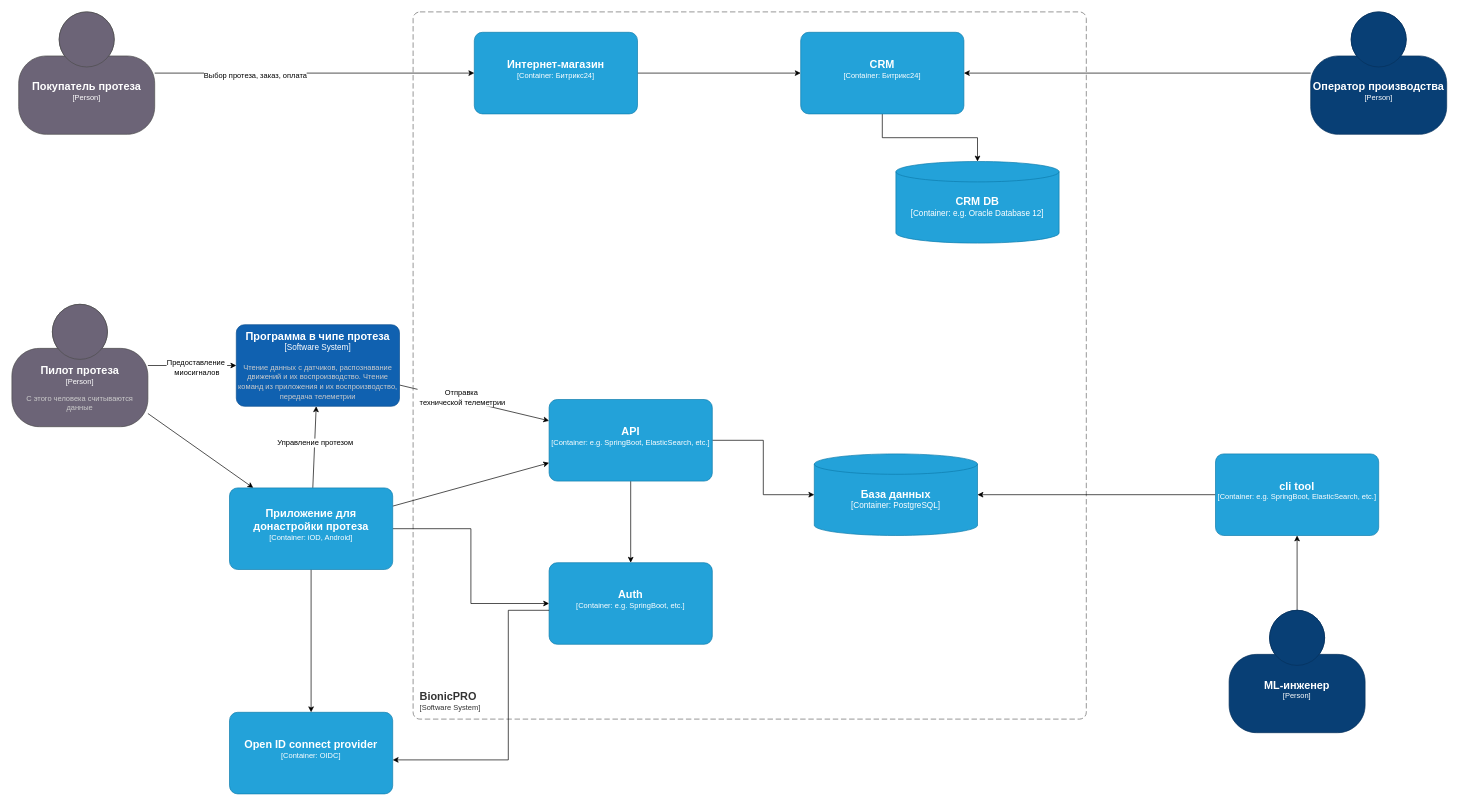
The draw.io diagram BionicPRO_C4_model_to_be.drawio.xml in EvHn/architecture-bionicpro, before the edit. Source tidied: cells renumbered, new cells numbered last; positions are measured from the earlier drawing's top-left corner, leaving out a move shared by most shapes. Both pictures are drawn from the tidied source at 68%, with x=0, y=0 at pixel (12, 12).
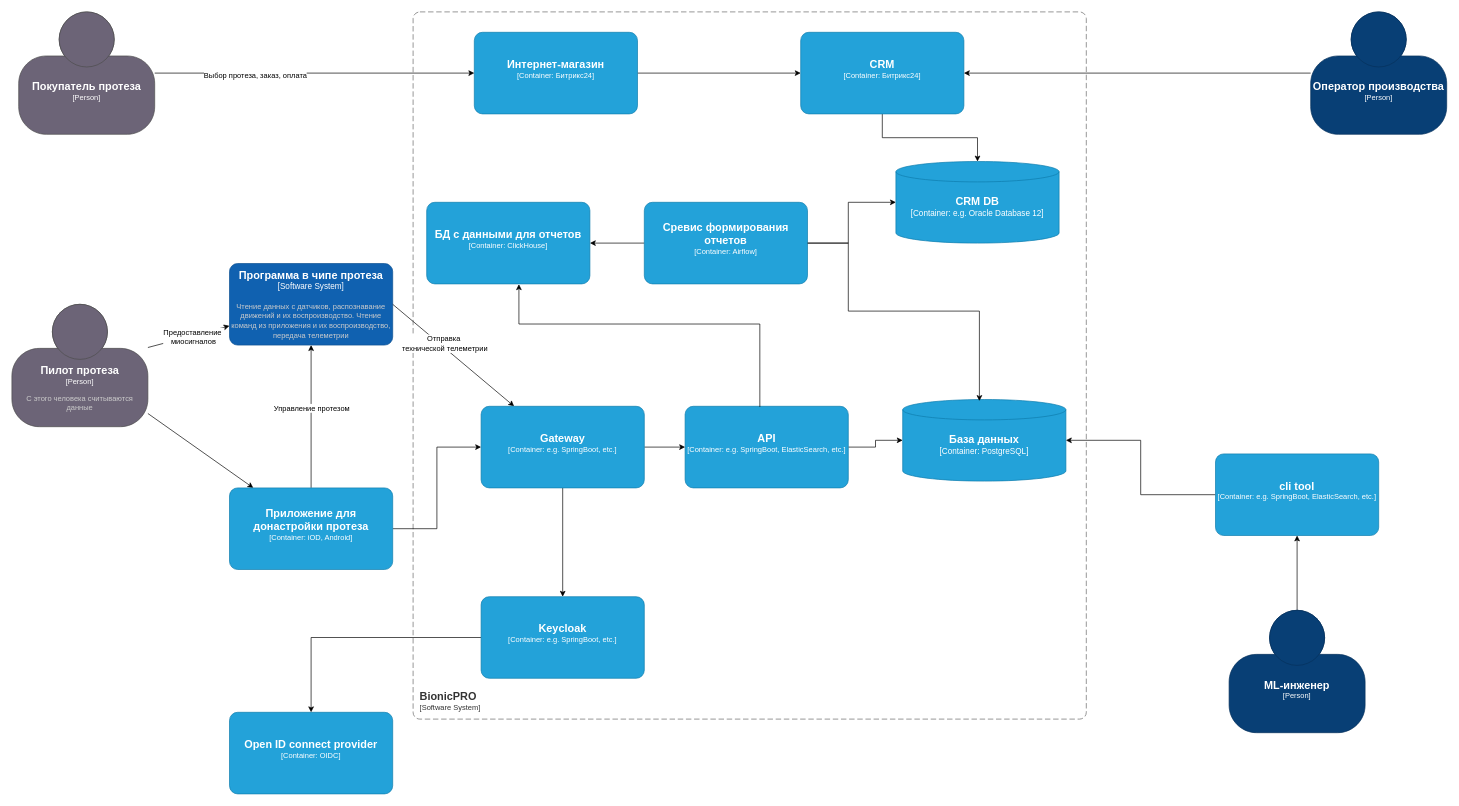
The same page after the edit.

Unchanged cells that the change refers to:
```xml
<object id="19" label="&lt;font style=&quot;font-size: 16px&quot;&gt;&lt;b&gt;%c4Name%&lt;/b&gt;&lt;/font&gt;&lt;div&gt;[%c4Type%: %c4Technology%]&lt;/div&gt;&lt;br&gt;&lt;div&gt;&lt;font style=&quot;font-size: 11px&quot;&gt;&lt;font color=&quot;#E6E6E6&quot;&gt;%c4Description%&lt;/font&gt;&lt;/div&gt;" c4Description="" c4Name="Приложение для донастройки протеза" c4Technology="iOD, Android" c4Type="Container" placeholders="1">
  <mxCell style="rounded=1;whiteSpace=wrap;html=1;fontSize=11;labelBackgroundColor=none;fillColor=#23A2D9;fontColor=#ffffff;align=center;arcSize=10;strokeColor=#0E7DAD;points=[[0.25,0,0],[0.5,0,0],[0.75,0,0],[1,0.25,0],[1,0.5,0],[1,0.75,0],[0.75,1,0],[0.5,1,0],[0.25,1,0],[0,0.75,0],[0,0.5,0],[0,0.25,0]];" parent="1" vertex="1">
    <mxGeometry x="320" y="700" width="240" height="120" as="geometry" />
  </mxCell>
</object>
<object id="26" label="&lt;font style=&quot;font-size: 16px&quot;&gt;&lt;b&gt;%c4Name%&lt;/b&gt;&lt;/font&gt;&lt;div&gt;[%c4Type%:&amp;nbsp;%c4Technology%]&lt;/div&gt;&lt;br&gt;&lt;div&gt;&lt;font style=&quot;font-size: 11px&quot;&gt;&lt;font color=&quot;#E6E6E6&quot;&gt;%c4Description%&lt;/font&gt;&lt;/div&gt;" c4Description="" c4Name="CRM DB" c4Technology="e.g. Oracle Database 12" c4Type="Container" placeholders="1">
  <mxCell style="shape=cylinder3;size=15;whiteSpace=wrap;html=1;boundedLbl=1;rounded=0;labelBackgroundColor=none;fillColor=#23A2D9;fontSize=12;fontColor=#ffffff;align=center;strokeColor=#0E7DAD;points=[[0.5,0,0],[1,0.25,0],[1,0.5,0],[1,0.75,0],[0.5,1,0],[0,0.75,0],[0,0.5,0],[0,0.25,0]];" parent="1" vertex="1">
    <mxGeometry x="1300" y="220" width="240" height="120" as="geometry" />
  </mxCell>
</object>
```

What changed in the source:
```diff
@@
-    <mxCell id="6" style="rounded=0;jettySize=auto;html=1;" parent="1" edge="1" source="8" target="13">
-      <mxGeometry relative="1" as="geometry" />
-    </mxCell>
-    <mxCell id="7" value="Отправка&lt;div&gt;&amp;nbsp;технической телеметрии&lt;/div&gt;" style="edgeLabel;html=1;align=center;verticalAlign=middle;" parent="6" vertex="1">
-      <mxGeometry x="-0.19" y="4" relative="1" as="geometry" />
-    </mxCell>
     <object id="8" label="&lt;font style=&quot;font-size: 16px&quot;&gt;&lt;b&gt;%c4Name%&lt;/b&gt;&lt;/font&gt;&lt;div&gt;[%c4Type%]&lt;/div&gt;&lt;br&gt;&lt;div&gt;&lt;font style=&quot;font-size: 11px&quot;&gt;&lt;font color=&quot;#cccccc&quot;&gt;%c4Description%&lt;/font&gt;&lt;/div&gt;" c4Description="Чтение данных с датчиков, распознавание движений и их воспроизводство. Чтение команд из приложения и их воспроизводство, передача телеметрии" c4Name="Программа в чипе протеза" c4Type="Software System" placeholders="1">
       <mxCell style="rounded=1;whiteSpace=wrap;html=1;labelBackgroundColor=none;fillColor=#1061B0;fontColor=#ffffff;align=center;arcSize=10;strokeColor=#0D5091;points=[[0.25,0,0],[0.5,0,0],[0.75,0,0],[1,0.25,0],[1,0.5,0],[1,0.75,0],[0.75,1,0],[0.5,1,0],[0.25,1,0],[0,0.75,0],[0,0.5,0],[0,0.25,0]];" parent="1" vertex="1">
-        <mxGeometry x="330" y="460" width="240" height="120" as="geometry" />
+        <mxGeometry x="320" y="370" width="240" height="120" as="geometry" />
       </mxCell>
     </object>
     <object id="9" label="&lt;font style=&quot;font-size: 16px&quot;&gt;&lt;b&gt;%c4Name%&lt;/b&gt;&lt;/font&gt;&lt;div&gt;[%c4Type%:&amp;nbsp;%c4Technology%]&lt;/div&gt;&lt;br&gt;&lt;div&gt;&lt;font style=&quot;font-size: 11px&quot;&gt;&lt;font color=&quot;#E6E6E6&quot;&gt;%c4Description%&lt;/font&gt;&lt;/div&gt;" c4Description="" c4Name="База данных" c4Technology="PostgreSQL" c4Type="Container" placeholders="1">
       <mxCell style="shape=cylinder3;size=15;whiteSpace=wrap;html=1;boundedLbl=1;rounded=0;labelBackgroundColor=none;fillColor=#23A2D9;fontSize=12;fontColor=#ffffff;align=center;strokeColor=#0E7DAD;points=[[0.5,0,0],[1,0.25,0],[1,0.5,0],[1,0.75,0],[0.5,1,0],[0,0.75,0],[0,0.5,0],[0,0.25,0]];" parent="1" vertex="1">
-        <mxGeometry x="1180" y="650" width="240" height="120" as="geometry" />
+        <mxGeometry x="1310" y="570" width="240" height="120" as="geometry" />
       </mxCell>
     </object>
@@
-    <mxCell id="12" style="edgeStyle=orthogonalEdgeStyle;rounded=0;jettySize=auto;html=1;" parent="1" edge="1" source="13" target="34">
-      <mxGeometry relative="1" as="geometry" />
-    </mxCell>
     <object id="13" label="&lt;font style=&quot;font-size: 16px&quot;&gt;&lt;b&gt;%c4Name%&lt;/b&gt;&lt;/font&gt;&lt;div&gt;[%c4Type%: %c4Technology%]&lt;/div&gt;&lt;br&gt;&lt;div&gt;&lt;font style=&quot;font-size: 11px&quot;&gt;&lt;font color=&quot;#E6E6E6&quot;&gt;%c4Description%&lt;/font&gt;&lt;/div&gt;" c4Description="" c4Name="API" c4Technology="e.g. SpringBoot, ElasticSearch, etc." c4Type="Container" placeholders="1">
       <mxCell style="rounded=1;whiteSpace=wrap;html=1;fontSize=11;labelBackgroundColor=none;fillColor=#23A2D9;fontColor=#ffffff;align=center;arcSize=10;strokeColor=#0E7DAD;points=[[0.25,0,0],[0.5,0,0],[0.75,0,0],[1,0.25,0],[1,0.5,0],[1,0.75,0],[0.75,1,0],[0.5,1,0],[0.25,1,0],[0,0.75,0],[0,0.5,0],[0,0.25,0]];" parent="1" vertex="1">
-        <mxGeometry x="790" y="570" width="240" height="120" as="geometry" />
+        <mxGeometry x="990" y="580" width="240" height="120" as="geometry" />
       </mxCell>
     </object>
-    <mxCell id="14" style="rounded=0;jettySize=auto;html=1;" parent="1" edge="1" source="19" target="13">
-      <mxGeometry relative="1" as="geometry" />
-    </mxCell>
@@
+    <mxCell id="18" style="edgeStyle=orthogonalEdgeStyle;rounded=0;jettySize=auto;html=1;exitX=0;exitY=0.5;exitDx=0;exitDy=0;exitPerimeter=0;" parent="1" edge="1" source="37" target="35">
+      <mxGeometry relative="1" as="geometry" />
+    </mxCell>
-    <mxCell id="17" style="edgeStyle=orthogonalEdgeStyle;rounded=0;jettySize=auto;html=1;startArrow=none;startFill=0;" parent="1" edge="1" source="19" target="34">
+    <mxCell id="17" style="edgeStyle=orthogonalEdgeStyle;rounded=0;jettySize=auto;html=1;" parent="1" edge="1" source="19" target="34">
       <mxGeometry relative="1" as="geometry" />
     </mxCell>
-    <mxCell id="18" style="edgeStyle=orthogonalEdgeStyle;rounded=0;jettySize=auto;html=1;" parent="1" edge="1" source="19" target="35">
-      <mxGeometry relative="1" as="geometry" />
-    </mxCell>
@@
+    <object id="35" label="&lt;font style=&quot;font-size: 16px&quot;&gt;&lt;b&gt;%c4Name%&lt;/b&gt;&lt;/font&gt;&lt;div&gt;[%c4Type%: %c4Technology%]&lt;/div&gt;&lt;br&gt;&lt;div&gt;&lt;font style=&quot;font-size: 11px&quot;&gt;&lt;font color=&quot;#E6E6E6&quot;&gt;%c4Description%&lt;/font&gt;&lt;/div&gt;" c4Description="" c4Name="Open ID connect provider" c4Technology="OIDC" c4Type="Container" placeholders="1">
+      <mxCell style="rounded=1;whiteSpace=wrap;html=1;fontSize=11;labelBackgroundColor=none;fillColor=#23A2D9;fontColor=#ffffff;align=center;arcSize=10;strokeColor=#0E7DAD;points=[[0.25,0,0],[0.5,0,0],[0.75,0,0],[1,0.25,0],[1,0.5,0],[1,0.75,0],[0.75,1,0],[0.5,1,0],[0.25,1,0],[0,0.75,0],[0,0.5,0],[0,0.25,0]];" parent="1" vertex="1">
+        <mxGeometry x="320" y="1030" width="240" height="120" as="geometry" />
+      </mxCell>
+    </object>
+    <object id="37" label="&lt;font style=&quot;font-size: 16px&quot;&gt;&lt;b&gt;%c4Name%&lt;/b&gt;&lt;/font&gt;&lt;div&gt;[%c4Type%: %c4Technology%]&lt;/div&gt;&lt;br&gt;&lt;div&gt;&lt;font style=&quot;font-size: 11px&quot;&gt;&lt;font color=&quot;#E6E6E6&quot;&gt;%c4Description%&lt;/font&gt;&lt;/div&gt;" c4Description="" c4Name="Keycloak" c4Technology="e.g. SpringBoot, etc." c4Type="Container" placeholders="1">
+      <mxCell style="rounded=1;whiteSpace=wrap;html=1;fontSize=11;labelBackgroundColor=none;fillColor=#23A2D9;fontColor=#ffffff;align=center;arcSize=10;strokeColor=#0E7DAD;points=[[0.25,0,0],[0.5,0,0],[0.75,0,0],[1,0.25,0],[1,0.5,0],[1,0.75,0],[0.75,1,0],[0.5,1,0],[0.25,1,0],[0,0.75,0],[0,0.5,0],[0,0.25,0]];" parent="1" vertex="1">
+        <mxGeometry x="690" y="860" width="240" height="120" as="geometry" />
+      </mxCell>
+    </object>
+    <mxCell id="38" style="rounded=0;jettySize=auto;html=1;exitX=1;exitY=0.5;exitDx=0;exitDy=0;exitPerimeter=0;" parent="1" edge="1" source="8" target="34">
+      <mxGeometry relative="1" as="geometry" />
+    </mxCell>
+    <mxCell id="7" value="Отправка&lt;div&gt;&amp;nbsp;технической телеметрии&lt;/div&gt;" style="edgeLabel;html=1;align=center;verticalAlign=middle;" parent="38" vertex="1">
+      <mxGeometry x="-0.19" y="4" relative="1" as="geometry" />
+    </mxCell>
+    <mxCell id="39" style="edgeStyle=orthogonalEdgeStyle;rounded=0;jettySize=auto;html=1;" parent="1" edge="1" source="34" target="37">
+      <mxGeometry relative="1" as="geometry" />
+    </mxCell>
+    <mxCell id="40" style="edgeStyle=orthogonalEdgeStyle;rounded=0;jettySize=auto;html=1;exitX=1;exitY=0.5;exitDx=0;exitDy=0;exitPerimeter=0;" parent="1" edge="1" source="34" target="13">
+      <mxGeometry relative="1" as="geometry" />
+    </mxCell>
-    <object id="34" label="&lt;font style=&quot;font-size: 16px&quot;&gt;&lt;b&gt;%c4Name%&lt;/b&gt;&lt;/font&gt;&lt;div&gt;[%c4Type%: %c4Technology%]&lt;/div&gt;&lt;br&gt;&lt;div&gt;&lt;font style=&quot;font-size: 11px&quot;&gt;&lt;font color=&quot;#E6E6E6&quot;&gt;%c4Description%&lt;/font&gt;&lt;/div&gt;" c4Description="" c4Name="Auth" c4Technology="e.g. SpringBoot, etc." c4Type="Container" placeholders="1">
+    <object id="34" label="&lt;font style=&quot;font-size: 16px&quot;&gt;&lt;b&gt;%c4Name%&lt;/b&gt;&lt;/font&gt;&lt;div&gt;[%c4Type%: %c4Technology%]&lt;/div&gt;&lt;br&gt;&lt;div&gt;&lt;font style=&quot;font-size: 11px&quot;&gt;&lt;font color=&quot;#E6E6E6&quot;&gt;%c4Description%&lt;/font&gt;&lt;/div&gt;" c4Description="" c4Name="Gateway" c4Technology="e.g. SpringBoot, etc." c4Type="Container" placeholders="1">
       <mxCell style="rounded=1;whiteSpace=wrap;html=1;fontSize=11;labelBackgroundColor=none;fillColor=#23A2D9;fontColor=#ffffff;align=center;arcSize=10;strokeColor=#0E7DAD;points=[[0.25,0,0],[0.5,0,0],[0.75,0,0],[1,0.25,0],[1,0.5,0],[1,0.75,0],[0.75,1,0],[0.5,1,0],[0.25,1,0],[0,0.75,0],[0,0.5,0],[0,0.25,0]];" parent="1" vertex="1">
-        <mxGeometry x="790" y="810" width="240" height="120" as="geometry" />
+        <mxGeometry x="690" y="580" width="240" height="120" as="geometry" />
       </mxCell>
     </object>
-    <object id="35" label="&lt;font style=&quot;font-size: 16px&quot;&gt;&lt;b&gt;%c4Name%&lt;/b&gt;&lt;/font&gt;&lt;div&gt;[%c4Type%: %c4Technology%]&lt;/div&gt;&lt;br&gt;&lt;div&gt;&lt;font style=&quot;font-size: 11px&quot;&gt;&lt;font color=&quot;#E6E6E6&quot;&gt;%c4Description%&lt;/font&gt;&lt;/div&gt;" c4Description="" c4Name="Open ID connect provider" c4Technology="OIDC" c4Type="Container" placeholders="1">
-      <mxCell style="rounded=1;whiteSpace=wrap;html=1;fontSize=11;labelBackgroundColor=none;fillColor=#23A2D9;fontColor=#ffffff;align=center;arcSize=10;strokeColor=#0E7DAD;points=[[0.25,0,0],[0.5,0,0],[0.75,0,0],[1,0.25,0],[1,0.5,0],[1,0.75,0],[0.75,1,0],[0.5,1,0],[0.25,1,0],[0,0.75,0],[0,0.5,0],[0,0.25,0]];" parent="1" vertex="1">
-        <mxGeometry x="320" y="1030" width="240" height="120" as="geometry" />
-      </mxCell>
-    </object>
-    <mxCell id="36" style="edgeStyle=orthogonalEdgeStyle;rounded=0;orthogonalLoop=1;jettySize=auto;html=1;entryX=1;entryY=0.5;entryDx=0;entryDy=0;entryPerimeter=0;startArrow=none;startFill=0;" parent="1" edge="1">
-      <mxGeometry relative="1" as="geometry">
-        <mxPoint x="790" y="880" as="sourcePoint" />
-        <mxPoint x="560" y="1100" as="targetPoint" />
-        <Array as="points">
-          <mxPoint x="730" y="880" />
-          <mxPoint x="730" y="1100" />
-        </Array>
-      </mxGeometry>
-    </mxCell>
+    <mxCell id="41" style="edgeStyle=orthogonalEdgeStyle;rounded=0;jettySize=auto;html=1;" parent="1" edge="1" source="43" target="26">
+      <mxGeometry relative="1" as="geometry">
+        <Array as="points">
+          <mxPoint x="1230" y="340" />
+          <mxPoint x="1230" y="280" />
+        </Array>
+      </mxGeometry>
+    </mxCell>
+    <mxCell id="42" style="edgeStyle=orthogonalEdgeStyle;rounded=0;jettySize=auto;html=1;" parent="1" edge="1" source="43" target="45">
+      <mxGeometry relative="1" as="geometry" />
+    </mxCell>
+    <object id="43" label="&lt;font style=&quot;font-size: 16px&quot;&gt;&lt;b&gt;%c4Name%&lt;/b&gt;&lt;/font&gt;&lt;div&gt;[%c4Type%: %c4Technology%]&lt;/div&gt;&lt;br&gt;&lt;div&gt;&lt;font style=&quot;font-size: 11px&quot;&gt;&lt;font color=&quot;#E6E6E6&quot;&gt;%c4Description%&lt;/font&gt;&lt;/div&gt;" c4Description="" c4Name="Сревис формирования отчетов" c4Technology="Airflow" c4Type="Container" placeholders="1">
+      <mxCell style="rounded=1;whiteSpace=wrap;html=1;fontSize=11;labelBackgroundColor=none;fillColor=#23A2D9;fontColor=#ffffff;align=center;arcSize=10;strokeColor=#0E7DAD;points=[[0.25,0,0],[0.5,0,0],[0.75,0,0],[1,0.25,0],[1,0.5,0],[1,0.75,0],[0.75,1,0],[0.5,1,0],[0.25,1,0],[0,0.75,0],[0,0.5,0],[0,0.25,0]];" parent="1" vertex="1">
+        <mxGeometry x="930" y="280" width="240" height="120" as="geometry" />
+      </mxCell>
+    </object>
+    <mxCell id="44" style="edgeStyle=orthogonalEdgeStyle;rounded=0;jettySize=auto;html=1;entryX=0.47;entryY=0.018;entryDx=0;entryDy=0;entryPerimeter=0;" parent="1" edge="1" source="43" target="9">
+      <mxGeometry relative="1" as="geometry">
+        <Array as="points">
+          <mxPoint x="1230" y="340" />
+          <mxPoint x="1230" y="440" />
+          <mxPoint x="1423" y="440" />
+        </Array>
+      </mxGeometry>
+    </mxCell>
+    <object id="45" label="&lt;font style=&quot;font-size: 16px&quot;&gt;&lt;b&gt;%c4Name%&lt;/b&gt;&lt;/font&gt;&lt;div&gt;[%c4Type%: %c4Technology%]&lt;/div&gt;&lt;br&gt;&lt;div&gt;&lt;font style=&quot;font-size: 11px&quot;&gt;&lt;font color=&quot;#E6E6E6&quot;&gt;%c4Description%&lt;/font&gt;&lt;/div&gt;" c4Description="" c4Name="БД с данными для отчетов" c4Technology="ClickHouse" c4Type="Container" placeholders="1">
+      <mxCell style="rounded=1;whiteSpace=wrap;html=1;fontSize=11;labelBackgroundColor=none;fillColor=#23A2D9;fontColor=#ffffff;align=center;arcSize=10;strokeColor=#0E7DAD;points=[[0.25,0,0],[0.5,0,0],[0.75,0,0],[1,0.25,0],[1,0.5,0],[1,0.75,0],[0.75,1,0],[0.5,1,0],[0.25,1,0],[0,0.75,0],[0,0.5,0],[0,0.25,0]];" parent="1" vertex="1">
+        <mxGeometry x="610" y="280" width="240" height="120" as="geometry" />
+      </mxCell>
+    </object>
+    <mxCell id="46" style="edgeStyle=orthogonalEdgeStyle;rounded=0;jettySize=auto;html=1;entryX=0.565;entryY=1.004;entryDx=0;entryDy=0;entryPerimeter=0;exitX=0.458;exitY=0.008;exitDx=0;exitDy=0;exitPerimeter=0;" parent="1" edge="1" source="13" target="45">
+      <mxGeometry relative="1" as="geometry">
+        <Array as="points">
+          <mxPoint x="1100" y="459" />
+          <mxPoint x="746" y="459" />
+        </Array>
+      </mxGeometry>
+    </mxCell>
```
